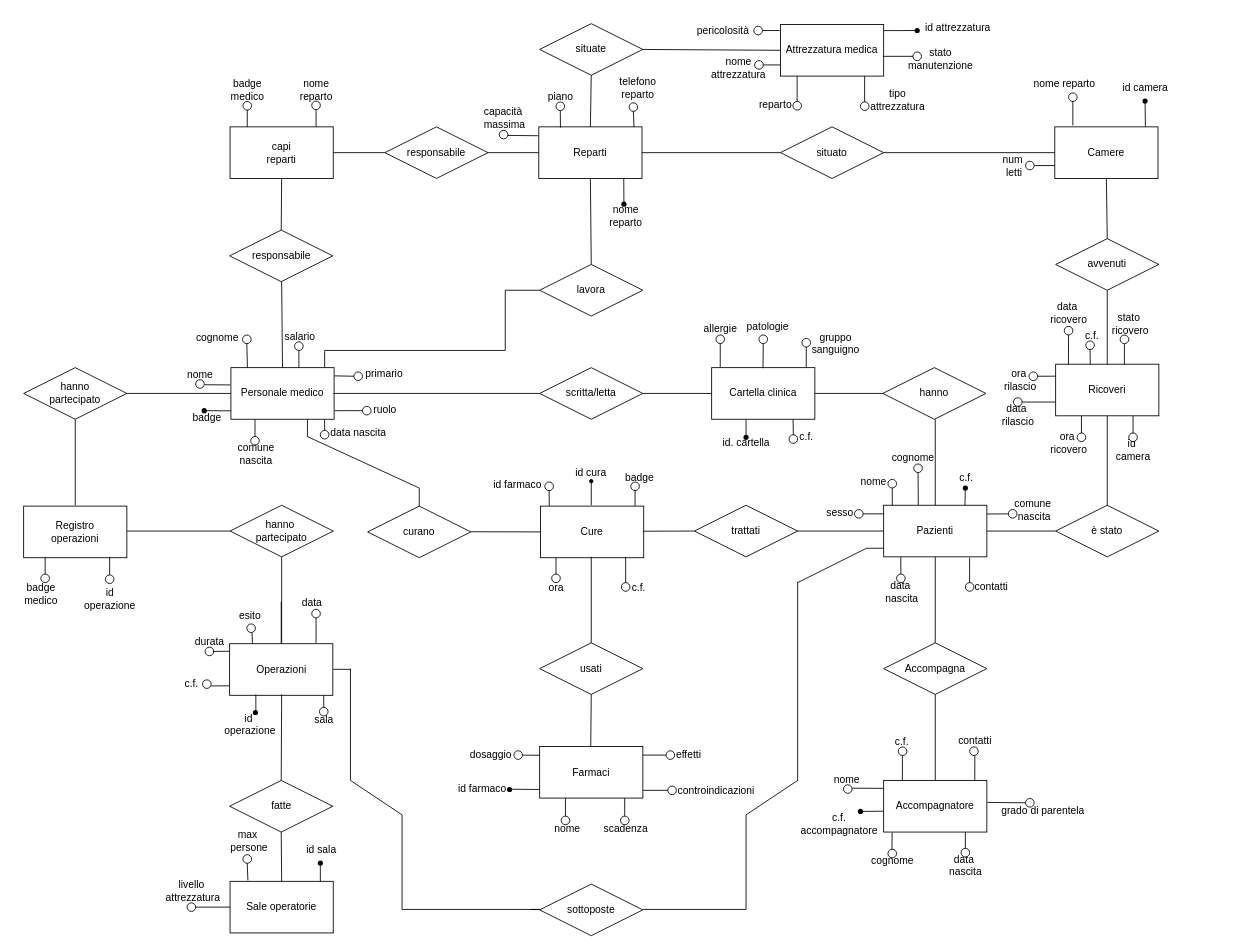
This is ER-logica2.drawio from MicheleDioli/UniPD-database-project-2024, a draw.io file, before an edit. Source tidied: cells renumbered, new cells numbered last; positions are measured from the earlier drawing's top-left corner, leaving out a move shared by most shapes. Both pictures are drawn from the tidied source at 86%, with x=0, y=0 at pixel (15, 15).
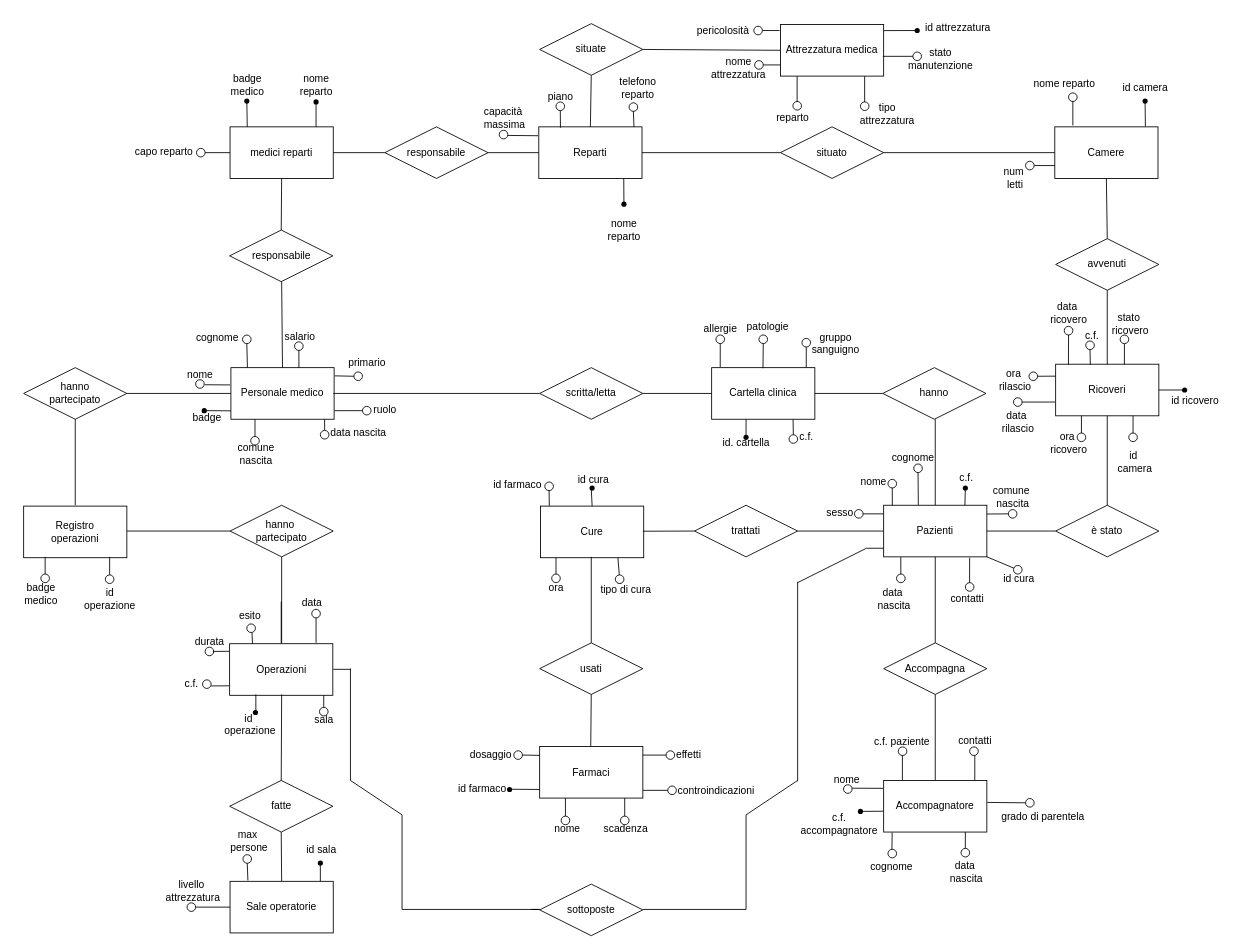
Above is the later version.

Commit message (it also covers changes not shown here):
aggiunte foreign e risolte ridondanze dovute  a ciclo

The change refers to these unchanged cells:
```xml
<mxCell id="3" value="Pazienti" style="rounded=0;whiteSpace=wrap;html=1;" parent="1" vertex="1">
  <mxGeometry x="1010" y="570" width="120" height="60" as="geometry" />
</mxCell>
<mxCell id="5" value="Reparti" style="rounded=0;whiteSpace=wrap;html=1;" parent="1" vertex="1">
  <mxGeometry x="609" y="130" width="120" height="60" as="geometry" />
</mxCell>
<mxCell id="157" value="Ricoveri" style="rounded=0;whiteSpace=wrap;html=1;" parent="1" vertex="1">
  <mxGeometry x="1210" y="406" width="120" height="60" as="geometry" />
</mxCell>
<mxCell id="192" value="Cure" style="rounded=0;whiteSpace=wrap;html=1;" parent="1" vertex="1">
  <mxGeometry x="611" y="571" width="120" height="60" as="geometry" />
</mxCell>
```

Diff of the diagram source:
```diff
@@
-    <mxCell id="13" value="curano" style="shape=rhombus;perimeter=rhombusPerimeter;whiteSpace=wrap;html=1;align=center;" parent="1" vertex="1">
-      <mxGeometry x="410" y="571" width="120" height="60" as="geometry" />
-    </mxCell>
@@
     <mxCell id="27" value="num&lt;div&gt;&amp;nbsp;letti&lt;/div&gt;" style="text;html=1;align=center;verticalAlign=middle;strokeColor=none;fillColor=none;" parent="1" vertex="1">
-      <mxGeometry x="1135" y="155.5" width="50" height="40" as="geometry" />
+      <mxGeometry x="1136" y="169.9" width="50" height="40" as="geometry" />
     </mxCell>
@@
     <mxCell id="30" value="data&amp;nbsp;&lt;div&gt;nascita&lt;/div&gt;" style="text;html=1;align=center;verticalAlign=middle;strokeColor=none;fillColor=none;" parent="1" vertex="1">
-      <mxGeometry x="1001" y="651" width="60" height="40" as="geometry" />
+      <mxGeometry x="992.1" y="659" width="60" height="40" as="geometry" />
     </mxCell>
     <mxCell id="31" value="comune&amp;nbsp;&lt;div&gt;nascita&lt;/div&gt;" style="text;html=1;align=center;verticalAlign=middle;strokeColor=none;fillColor=none;" parent="1" vertex="1">
-      <mxGeometry x="1150" y="555.9" width="70" height="40" as="geometry" />
+      <mxGeometry x="1125" y="539.9" width="70" height="40" as="geometry" />
     </mxCell>
@@
     <mxCell id="37" value="primario" style="text;html=1;align=center;verticalAlign=middle;strokeColor=none;fillColor=none;" parent="1" vertex="1">
-      <mxGeometry x="394" y="402" width="70" height="30" as="geometry" />
+      <mxGeometry x="374" y="389" width="70" height="30" as="geometry" />
     </mxCell>
@@
     <mxCell id="63" value="grado di parentela" style="text;html=1;align=center;verticalAlign=middle;strokeColor=none;fillColor=none;" parent="1" vertex="1">
-      <mxGeometry x="1135" y="911" width="120" height="30" as="geometry" />
+      <mxGeometry x="1135" y="916.5" width="120" height="30" as="geometry" />
     </mxCell>
     <mxCell id="64" value="cognome" style="text;html=1;align=center;verticalAlign=middle;strokeColor=none;fillColor=none;" parent="1" vertex="1">
-      <mxGeometry x="985" y="969" width="70" height="30" as="geometry" />
+      <mxGeometry x="984" y="976" width="70" height="30" as="geometry" />
     </mxCell>
@@
     <mxCell id="66" value="data&amp;nbsp;&lt;div&gt;nascita&lt;/div&gt;" style="text;html=1;align=center;verticalAlign=middle;strokeColor=none;fillColor=none;" parent="1" vertex="1">
-      <mxGeometry x="1075" y="969" width="60" height="40" as="geometry" />
+      <mxGeometry x="1076" y="976.3" width="60" height="40" as="geometry" />
     </mxCell>
@@
     <mxCell id="111" value="tipo&lt;div&gt;attrezzatura&lt;/div&gt;" style="text;html=1;align=center;verticalAlign=middle;strokeColor=none;fillColor=none;" parent="1" vertex="1">
-      <mxGeometry x="981" y="79" width="90" height="40" as="geometry" />
+      <mxGeometry x="969" y="95" width="90" height="40" as="geometry" />
     </mxCell>
     <mxCell id="112" value="nome&lt;br&gt;reparto" style="text;html=1;align=center;verticalAlign=middle;strokeColor=none;fillColor=none;" parent="1" vertex="1">
-      <mxGeometry x="680" y="213.9" width="60" height="40" as="geometry" />
+      <mxGeometry x="678" y="229.9" width="60" height="40" as="geometry" />
     </mxCell>
@@
-    <mxCell id="124" style="endArrow=none;html=1;rounded=0;" parent="1" edge="1">
-      <mxGeometry relative="1" as="geometry">
-        <mxPoint x="339.6" y="490" as="sourcePoint" />
-        <mxPoint x="470" y="550" as="targetPoint" />
-      </mxGeometry>
-    </mxCell>
-    <mxCell id="125" style="endArrow=none;html=1;rounded=0;exitX=0.5;exitY=0;exitDx=0;exitDy=0;" parent="1" edge="1" source="13">
-      <mxGeometry relative="1" as="geometry">
-        <mxPoint x="470" y="550" as="targetPoint" />
-      </mxGeometry>
-    </mxCell>
@@
-    <mxCell id="132" style="endArrow=none;html=1;rounded=0;" parent="1" edge="1">
-      <mxGeometry relative="1" as="geometry">
-        <mxPoint x="340" y="490" as="sourcePoint" />
-        <mxPoint x="340" y="470" as="targetPoint" />
-      </mxGeometry>
-    </mxCell>
@@
     <mxCell id="150" value="contatti" style="text;html=1;align=center;verticalAlign=middle;strokeColor=none;fillColor=none;" parent="1" vertex="1">
-      <mxGeometry x="1105" y="650" width="60" height="30" as="geometry" />
+      <mxGeometry x="1077" y="664" width="60" height="30" as="geometry" />
     </mxCell>
@@
     <mxCell id="164" value="id&amp;nbsp;&lt;div&gt;camera&lt;/div&gt;" style="text;html=1;align=center;verticalAlign=middle;strokeColor=none;fillColor=none;" parent="1" vertex="1">
-      <mxGeometry x="1270" y="486" width="60" height="40" as="geometry" />
+      <mxGeometry x="1272" y="499.9" width="60" height="40" as="geometry" />
     </mxCell>
@@
     <mxCell id="168" value="data&amp;nbsp;&lt;div&gt;rilascio&lt;/div&gt;" style="text;html=1;align=center;verticalAlign=middle;strokeColor=none;fillColor=none;" parent="1" vertex="1">
-      <mxGeometry x="1136" y="445" width="60" height="40" as="geometry" />
+      <mxGeometry x="1136" y="453" width="60" height="40" as="geometry" />
     </mxCell>
     <mxCell id="169" value="ora&lt;div&gt;&amp;nbsp;rilascio&lt;/div&gt;" style="text;html=1;align=center;verticalAlign=middle;strokeColor=none;fillColor=none;" parent="1" vertex="1">
-      <mxGeometry x="1137" y="404" width="60" height="40" as="geometry" />
+      <mxGeometry x="1131" y="404" width="60" height="40" as="geometry" />
     </mxCell>
@@
-    <mxCell id="189" value="c.f." style="text;html=1;align=center;verticalAlign=middle;strokeColor=none;fillColor=none;" parent="1" vertex="1">
-      <mxGeometry x="1011" y="830" width="40" height="30" as="geometry" />
+    <mxCell id="189" value="c.f. paziente" style="text;html=1;align=center;verticalAlign=middle;strokeColor=none;fillColor=none;" parent="1" vertex="1">
+      <mxGeometry x="986" y="830" width="90" height="30" as="geometry" />
     </mxCell>
@@
     <mxCell id="194" value="id cura&amp;nbsp;" style="text;html=1;align=center;verticalAlign=middle;strokeColor=none;fillColor=none;" parent="1" vertex="1">
-      <mxGeometry x="641" y="518" width="60" height="30" as="geometry" />
+      <mxGeometry x="644" y="526" width="60" height="30" as="geometry" />
     </mxCell>
-    <mxCell id="195" value="badge" style="text;html=1;align=center;verticalAlign=middle;strokeColor=none;fillColor=none;" parent="1" vertex="1">
-      <mxGeometry x="696" y="523" width="60" height="30" as="geometry" />
-    </mxCell>
-    <mxCell id="196" value="c.f." style="text;html=1;align=center;verticalAlign=middle;strokeColor=none;fillColor=none;" parent="1" vertex="1">
-      <mxGeometry x="705" y="651" width="40" height="30" as="geometry" />
-    </mxCell>
@@
-    <mxCell id="199" style="ellipse;whiteSpace=wrap;html=1;" parent="1" vertex="1">
-      <mxGeometry x="716" y="543" width="10" height="10" as="geometry" />
-    </mxCell>
-    <mxCell id="200" style="ellipse;whiteSpace=wrap;html=1;fillColor=#000000;" parent="1" vertex="1">
-      <mxGeometry x="668" y="540" width="4" height="4" as="geometry" />
-    </mxCell>
@@
-    <mxCell id="202" style="ellipse;whiteSpace=wrap;html=1;" parent="1" vertex="1">
-      <mxGeometry x="705" y="660" width="10" height="10" as="geometry" />
-    </mxCell>
@@
-    <mxCell id="204" style="endArrow=none;html=1;rounded=0;exitX=0.916;exitY=-0.005;exitDx=0;exitDy=0;exitPerimeter=0;" parent="1" edge="1" source="192">
-      <mxGeometry relative="1" as="geometry">
-        <mxPoint x="721" y="552.7" as="targetPoint" />
-      </mxGeometry>
-    </mxCell>
@@
-    <mxCell id="220" style="endArrow=none;html=1;entryX=0;entryY=0.5;entryDx=0;entryDy=0;" parent="1" edge="1" target="192">
-      <mxGeometry relative="1" as="geometry">
-        <mxPoint x="530" y="600.8" as="sourcePoint" />
-      </mxGeometry>
-    </mxCell>
@@
     <mxCell id="233" value="reparto" style="text;html=1;align=center;verticalAlign=middle;strokeColor=none;fillColor=none;" parent="1" vertex="1">
-      <mxGeometry x="854" y="89" width="60" height="30" as="geometry" />
+      <mxGeometry x="874" y="105" width="60" height="30" as="geometry" />
     </mxCell>
@@
-    <mxCell id="241" style="endArrow=none;html=1;rounded=0;" parent="1" edge="1">
-      <mxGeometry relative="1" as="geometry">
-        <mxPoint x="710" y="660" as="sourcePoint" />
-        <mxPoint x="710" y="630" as="targetPoint" />
-      </mxGeometry>
-    </mxCell>
-    <mxCell id="242" style="endArrow=none;html=1;rounded=0;" parent="1" edge="1">
-      <mxGeometry relative="1" as="geometry">
-        <mxPoint x="670" y="570" as="sourcePoint" />
-        <mxPoint x="670" y="540" as="targetPoint" />
-      </mxGeometry>
-    </mxCell>
@@
-    <mxCell id="256" value="lavora" style="shape=rhombus;perimeter=rhombusPerimeter;whiteSpace=wrap;html=1;align=center;" parent="1" vertex="1">
-      <mxGeometry x="610" y="290" width="120" height="60" as="geometry" />
-    </mxCell>
@@
-    <mxCell id="263" style="endArrow=none;html=1;rounded=0;" parent="1" edge="1">
-      <mxGeometry relative="1" as="geometry">
-        <mxPoint x="360" y="410" as="sourcePoint" />
-        <mxPoint x="360" y="390" as="targetPoint" />
-      </mxGeometry>
-    </mxCell>
-    <mxCell id="264" style="endArrow=none;html=1;rounded=0;" parent="1" edge="1">
-      <mxGeometry relative="1" as="geometry">
-        <mxPoint x="360" y="390" as="sourcePoint" />
-        <mxPoint x="570" y="390" as="targetPoint" />
-      </mxGeometry>
-    </mxCell>
@@
-    <mxCell id="266" value="capi&lt;div&gt;reparti&lt;/div&gt;" style="rounded=0;whiteSpace=wrap;html=1;" parent="1" vertex="1">
+    <mxCell id="266" value="medici reparti" style="rounded=0;whiteSpace=wrap;html=1;" parent="1" vertex="1">
       <mxGeometry x="250" y="130" width="120" height="60" as="geometry" />
     </mxCell>
@@
     <mxCell id="271" value="badge&lt;div&gt;medico&lt;/div&gt;" style="text;html=1;align=center;verticalAlign=middle;strokeColor=none;fillColor=none;" parent="1" vertex="1">
-      <mxGeometry x="240" y="67" width="60" height="40" as="geometry" />
+      <mxGeometry x="240" y="61.1" width="60" height="40" as="geometry" />
     </mxCell>
     <mxCell id="272" value="nome&lt;div&gt;reparto&lt;/div&gt;" style="text;html=1;align=center;verticalAlign=middle;strokeColor=none;fillColor=none;" parent="1" vertex="1">
-      <mxGeometry x="319.5" y="67" width="60" height="40" as="geometry" />
+      <mxGeometry x="319.5" y="61.1" width="60" height="40" as="geometry" />
     </mxCell>
-    <mxCell id="273" style="endArrow=none;html=1;rounded=0;" parent="1" edge="1">
+    <mxCell id="273" style="endArrow=none;html=1;rounded=0;startArrow=none;" parent="1" edge="1" source="308">
       <mxGeometry relative="1" as="geometry">
-        <mxPoint x="270" y="130" as="sourcePoint" />
         <mxPoint x="270" y="100" as="targetPoint" />
       </mxGeometry>
     </mxCell>
@@
-    <mxCell id="275" style="ellipse;whiteSpace=wrap;html=1;" parent="1" vertex="1">
-      <mxGeometry x="265" y="100.5" width="10" height="10" as="geometry" />
-    </mxCell>
-    <mxCell id="276" style="ellipse;whiteSpace=wrap;html=1;" parent="1" vertex="1">
-      <mxGeometry x="345" y="100" width="10" height="10" as="geometry" />
-    </mxCell>
@@
-    <mxCell id="296" style="endArrow=none;html=1;rounded=0;entryX=0.5;entryY=1;entryDx=0;entryDy=0;exitX=0.5;exitY=0;exitDx=0;exitDy=0;" parent="1" edge="1" source="256" target="5">
-      <mxGeometry relative="1" as="geometry" />
-    </mxCell>
-    <mxCell id="297" style="endArrow=none;html=1;rounded=0;" parent="1" edge="1">
-      <mxGeometry relative="1" as="geometry">
-        <mxPoint x="570" y="390" as="sourcePoint" />
-        <mxPoint x="570" y="320" as="targetPoint" />
-      </mxGeometry>
-    </mxCell>
-    <mxCell id="298" style="endArrow=none;html=1;rounded=0;entryX=0;entryY=0.5;entryDx=0;entryDy=0;" parent="1" edge="1" target="256">
-      <mxGeometry relative="1" as="geometry">
-        <mxPoint x="570" y="320" as="sourcePoint" />
-      </mxGeometry>
-    </mxCell>
+    <mxCell id="220" style="endArrow=none;html=1;entryX=1;entryY=1;entryDx=0;entryDy=0;startArrow=none;" parent="1" edge="1" target="3">
+      <mxGeometry relative="1" as="geometry">
+        <mxPoint x="1161.4" y="643.1" as="sourcePoint" />
+      </mxGeometry>
+    </mxCell>
+    <mxCell id="299" value="id cura" style="text;html=1;align=center;verticalAlign=middle;strokeColor=none;fillColor=none;" parent="1" vertex="1">
+      <mxGeometry x="1137" y="641" width="60" height="30" as="geometry" />
+    </mxCell>
+    <mxCell id="300" style="ellipse;whiteSpace=wrap;html=1;" parent="1" vertex="1">
+      <mxGeometry x="1161" y="640" width="10" height="10" as="geometry" />
+    </mxCell>
+    <mxCell id="301" style="endArrow=none;html=1;entryX=0.75;entryY=1;entryDx=0;entryDy=0;startArrow=none;" parent="1" edge="1" source="303" target="192">
+      <mxGeometry relative="1" as="geometry" />
+    </mxCell>
+    <mxCell id="302" style="endArrow=none;html=1;entryX=0.75;entryY=1;entryDx=0;entryDy=0;" parent="1" edge="1" target="303">
+      <mxGeometry relative="1" as="geometry">
+        <mxPoint x="701" y="660" as="sourcePoint" />
+      </mxGeometry>
+    </mxCell>
+    <mxCell id="303" style="ellipse;whiteSpace=wrap;html=1;" parent="1" vertex="1">
+      <mxGeometry x="698" y="651" width="10" height="10" as="geometry" />
+    </mxCell>
+    <mxCell id="304" value="tipo di cura" style="text;html=1;align=center;verticalAlign=middle;strokeColor=none;fillColor=none;" parent="1" vertex="1">
+      <mxGeometry x="670" y="654" width="80" height="30" as="geometry" />
+    </mxCell>
+    <mxCell id="305" style="endArrow=none;html=1;exitX=0.5;exitY=0;exitDx=0;exitDy=0;" parent="1" edge="1" source="192">
+      <mxGeometry relative="1" as="geometry">
+        <mxPoint x="670" y="550" as="targetPoint" />
+      </mxGeometry>
+    </mxCell>
+    <mxCell id="306" style="shape=waypoint;sketch=0;fillStyle=solid;size=6;fillColor=none;perimeter=centerPerimeter;" parent="1" vertex="1">
+      <mxGeometry x="661" y="540" width="20" height="20" as="geometry" />
+    </mxCell>
+    <mxCell id="307" style="endArrow=none;html=1;rounded=0;" parent="1" edge="1" target="308">
+      <mxGeometry relative="1" as="geometry">
+        <mxPoint x="270" y="130" as="sourcePoint" />
+      </mxGeometry>
+    </mxCell>
+    <mxCell id="308" style="shape=waypoint;sketch=0;fillStyle=solid;size=6;points=[];fillColor=none;perimeter=centerPerimeter;snapToPoint=1;" parent="1" vertex="1">
+      <mxGeometry x="259.5" y="90" width="20" height="20" as="geometry" />
+    </mxCell>
+    <mxCell id="309" style="shape=waypoint;sketch=0;fillStyle=solid;size=6;fillColor=none;perimeter=centerPerimeter;" parent="1" vertex="1">
+      <mxGeometry x="340" y="91" width="20" height="20" as="geometry" />
+    </mxCell>
+    <mxCell id="310" style="endArrow=none;html=1;startArrow=none;" parent="1" edge="1" source="316">
+      <mxGeometry relative="1" as="geometry">
+        <mxPoint x="250" y="160" as="targetPoint" />
+      </mxGeometry>
+    </mxCell>
+    <mxCell id="311" value="capo reparto" style="text;html=1;align=center;verticalAlign=middle;strokeColor=none;fillColor=none;" parent="1" vertex="1">
+      <mxGeometry x="128" y="144" width="90" height="30" as="geometry" />
+    </mxCell>
+    <mxCell id="312" style="endArrow=none;html=1;exitX=1;exitY=0.5;exitDx=0;exitDy=0;" parent="1" edge="1" source="157">
+      <mxGeometry relative="1" as="geometry">
+        <mxPoint x="1360" y="436" as="targetPoint" />
+      </mxGeometry>
+    </mxCell>
+    <mxCell id="313" style="shape=waypoint;sketch=0;fillStyle=solid;size=6;fillColor=none;perimeter=centerPerimeter;" parent="1" vertex="1">
+      <mxGeometry x="1350" y="426" width="20" height="20" as="geometry" />
+    </mxCell>
+    <mxCell id="314" value="id ricovero" style="text;html=1;align=center;verticalAlign=middle;strokeColor=none;fillColor=none;" parent="1" vertex="1">
+      <mxGeometry x="1332" y="434" width="80" height="30" as="geometry" />
+    </mxCell>
+    <mxCell id="315" style="endArrow=none;html=1;" parent="1" edge="1" target="316">
+      <mxGeometry relative="1" as="geometry">
+        <mxPoint x="220" y="160" as="sourcePoint" />
+      </mxGeometry>
+    </mxCell>
+    <mxCell id="316" style="ellipse;whiteSpace=wrap;html=1;" parent="1" vertex="1">
+      <mxGeometry x="211" y="155" width="10" height="10" as="geometry" />
+    </mxCell>
```
